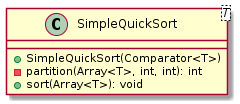
Before: malokhvii-eduard/malokhvii05/doc/plantuml/png/ua.khpi.oop.malokhvii05.common.algorithms.sort.SimpleQuickSort.png, a diagram exported from PlantUML (P-Kalin/kit26a). Its diagram source:
```plantuml
@startuml

    class SimpleQuickSort<T> {
        +SimpleQuickSort(Comparator<T>)
        -partition(Array<T>, int, int): int
        +sort(Array<T>): void
    }

@enduml
```
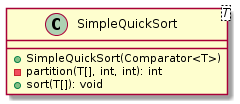
After the change.

What changed in the source:
```diff
@@ -2,8 +2,8 @@
 
     class SimpleQuickSort<T> {
         +SimpleQuickSort(Comparator<T>)
-        -partition(Array<T>, int, int): int
-        +sort(Array<T>): void
+        -partition(T[], int, int): int
+        +sort(T[]): void
     }
 
 @enduml
```
